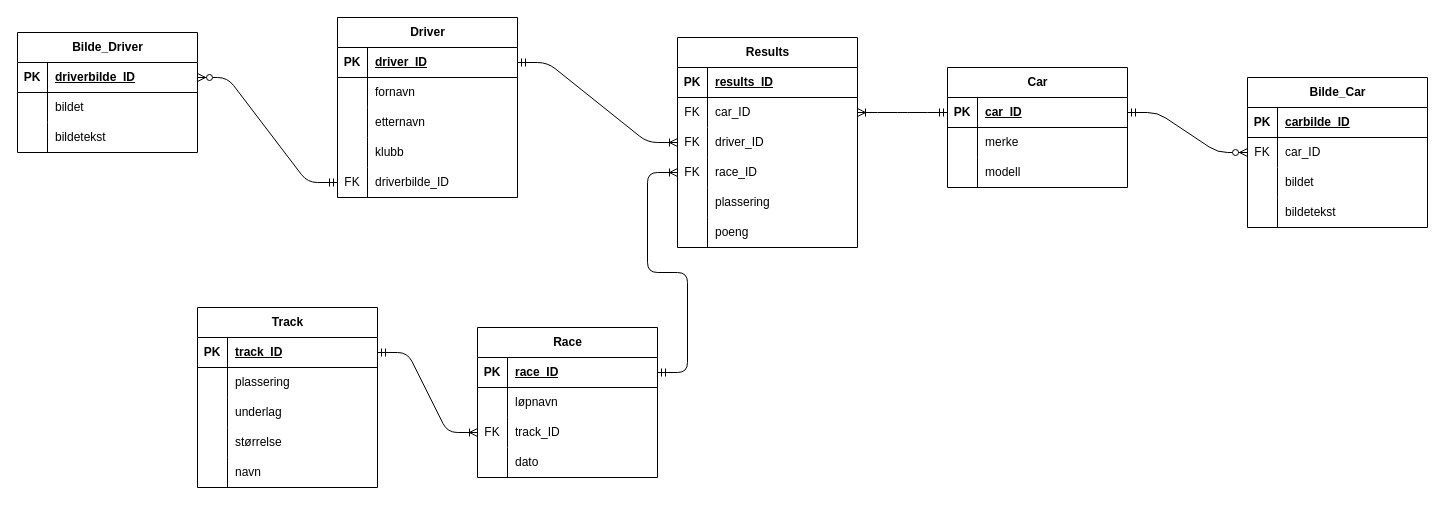
This is Prosjekt_database/Racetracker.drawio from Olaminator-07/Olaminator-07.github.io, a draw.io file, before an edit. Source tidied: cells renumbered, new cells numbered last; positions are measured from the earlier drawing's top-left corner, leaving out a move shared by most shapes. Both pictures are drawn from the tidied source at 100%, with x=0, y=0 at pixel (17, 17).
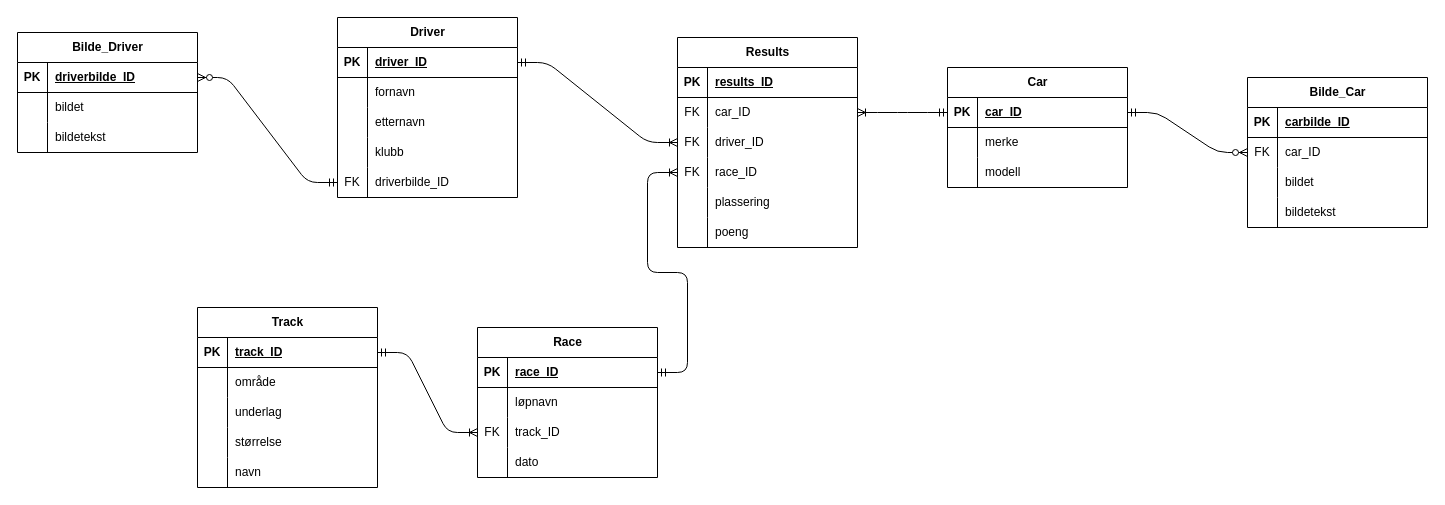
The same diagram, later.

Unchanged cells that the change refers to:
```xml
<mxCell id="64" style="shape=tableRow;horizontal=0;startSize=0;swimlaneHead=0;swimlaneBody=0;fillColor=none;top=0;left=0;right=0;bottom=0;" parent="60" vertex="1">
  <mxGeometry y="60" width="180" height="30" as="geometry" />
</mxCell>
```

What changed in the source:
```diff
@@
-    <mxCell id="66" value="plassering" style="shape=partialRectangle;fillColor=none;top=0;left=0;bottom=0;right=0;align=left;spacingLeft=6;overflow=hidden;whiteSpace=wrap;html=1;" parent="64" vertex="1">
+    <mxCell id="66" value="område" style="shape=partialRectangle;fillColor=none;top=0;left=0;bottom=0;right=0;align=left;spacingLeft=6;overflow=hidden;whiteSpace=wrap;html=1;" parent="64" vertex="1">
       <mxGeometry x="30" width="150" height="30" as="geometry" />
     </mxCell>
```
